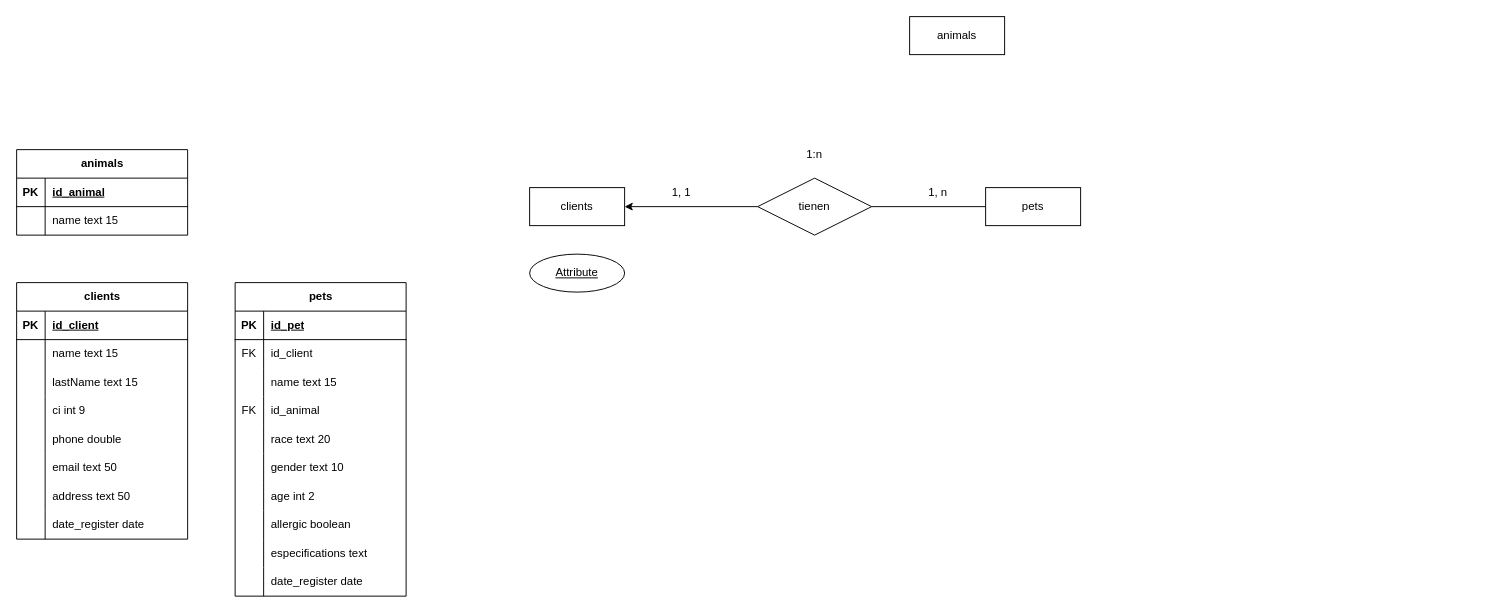
Before: veterinaryClinic.drawio in AlbanyNVRodriguez/draw---diagrams, a draw.io diagram. Source tidied: cells renumbered, new cells numbered last; positions are measured from the earlier drawing's top-left corner, leaving out a move shared by most shapes. Both pictures are drawn from the tidied source at 95%, with x=0, y=0 at pixel (16, 16).
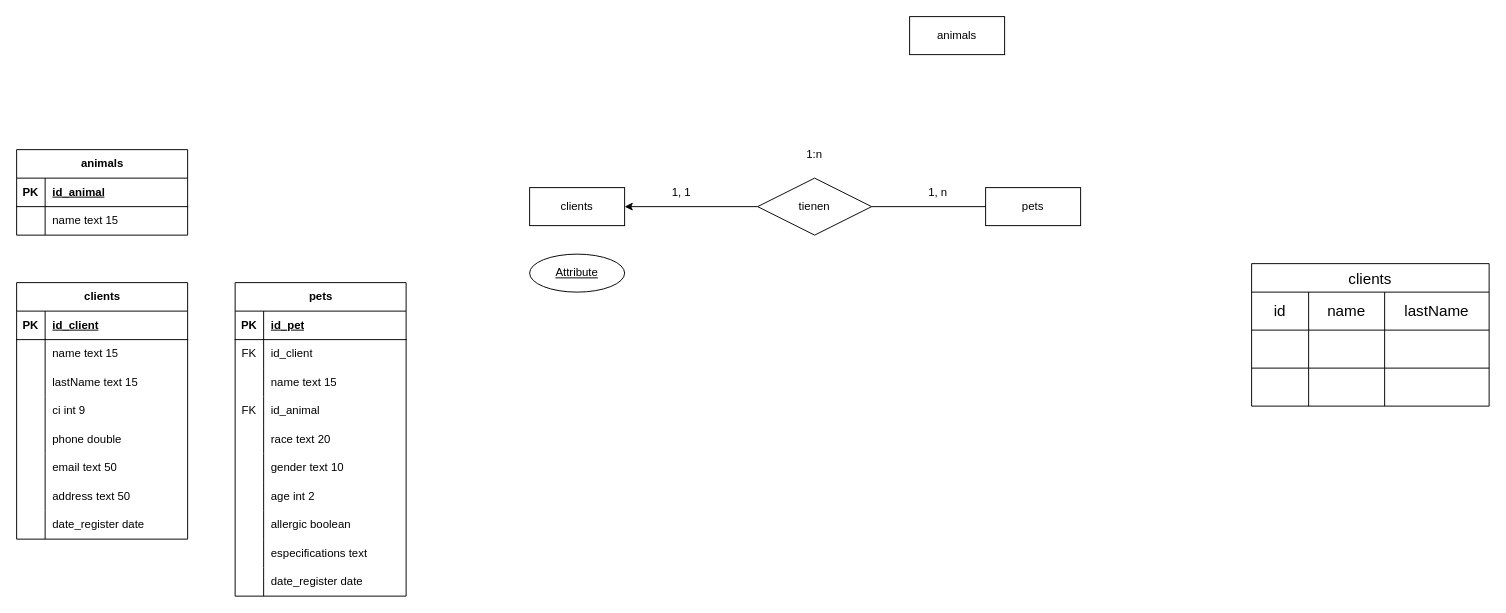
The same page after the edit.

What changed in the source:
```diff
@@
+    <mxCell id="75" value="clients" style="shape=table;startSize=30;childLayout=tableLayout;strokeColor=default;fontSize=16;" parent="1" vertex="1">
+      <mxGeometry x="1300" y="260" width="250" height="150" as="geometry" />
+    </mxCell>
+    <mxCell id="76" style="shape=tableRow;horizontal=0;startSize=0;swimlaneHead=0;swimlaneBody=0;strokeColor=inherit;top=0;left=0;bottom=0;right=0;fillColor=none;fontSize=16;" parent="75" vertex="1">
+      <mxGeometry y="30" width="250" height="40" as="geometry" />
+    </mxCell>
+    <mxCell id="77" value="id" style="shape=partialRectangle;html=1;whiteSpace=wrap;strokeColor=inherit;overflow=hidden;fillColor=none;top=0;left=0;bottom=0;right=0;fontSize=16;" parent="76" vertex="1">
+      <mxGeometry width="60" height="40" as="geometry" />
+    </mxCell>
+    <mxCell id="78" value="name" style="shape=partialRectangle;html=1;whiteSpace=wrap;strokeColor=inherit;overflow=hidden;fillColor=none;top=0;left=0;bottom=0;right=0;fontSize=16;" parent="76" vertex="1">
+      <mxGeometry x="60" width="80" height="40" as="geometry" />
+    </mxCell>
+    <mxCell id="79" value="lastName" style="shape=partialRectangle;html=1;whiteSpace=wrap;strokeColor=inherit;overflow=hidden;fillColor=none;top=0;left=0;bottom=0;right=0;fontSize=16;" parent="76" vertex="1">
+      <mxGeometry x="140" width="110" height="40" as="geometry" />
+    </mxCell>
+    <mxCell id="80" style="shape=tableRow;horizontal=0;startSize=0;swimlaneHead=0;swimlaneBody=0;strokeColor=inherit;top=0;left=0;bottom=0;right=0;fillColor=none;fontSize=16;" parent="75" vertex="1">
+      <mxGeometry y="70" width="250" height="40" as="geometry" />
+    </mxCell>
+    <mxCell id="81" style="shape=partialRectangle;html=1;whiteSpace=wrap;strokeColor=inherit;overflow=hidden;fillColor=none;top=0;left=0;bottom=0;right=0;fontSize=16;" parent="80" vertex="1">
+      <mxGeometry width="60" height="40" as="geometry" />
+    </mxCell>
+    <mxCell id="82" style="shape=partialRectangle;html=1;whiteSpace=wrap;strokeColor=inherit;overflow=hidden;fillColor=none;top=0;left=0;bottom=0;right=0;fontSize=16;" parent="80" vertex="1">
+      <mxGeometry x="60" width="80" height="40" as="geometry" />
+    </mxCell>
+    <mxCell id="83" style="shape=partialRectangle;html=1;whiteSpace=wrap;strokeColor=inherit;overflow=hidden;fillColor=none;top=0;left=0;bottom=0;right=0;fontSize=16;" parent="80" vertex="1">
+      <mxGeometry x="140" width="110" height="40" as="geometry" />
+    </mxCell>
+    <mxCell id="84" style="shape=tableRow;horizontal=0;startSize=0;swimlaneHead=0;swimlaneBody=0;strokeColor=inherit;top=0;left=0;bottom=0;right=0;fillColor=none;fontSize=16;" parent="75" vertex="1">
+      <mxGeometry y="110" width="250" height="40" as="geometry" />
+    </mxCell>
+    <mxCell id="85" style="shape=partialRectangle;html=1;whiteSpace=wrap;strokeColor=inherit;overflow=hidden;fillColor=none;top=0;left=0;bottom=0;right=0;fontSize=16;" parent="84" vertex="1">
+      <mxGeometry width="60" height="40" as="geometry" />
+    </mxCell>
+    <mxCell id="86" style="shape=partialRectangle;html=1;whiteSpace=wrap;strokeColor=inherit;overflow=hidden;fillColor=none;top=0;left=0;bottom=0;right=0;fontSize=16;" parent="84" vertex="1">
+      <mxGeometry x="60" width="80" height="40" as="geometry" />
+    </mxCell>
+    <mxCell id="87" style="shape=partialRectangle;html=1;whiteSpace=wrap;strokeColor=inherit;overflow=hidden;fillColor=none;top=0;left=0;bottom=0;right=0;fontSize=16;" parent="84" vertex="1">
+      <mxGeometry x="140" width="110" height="40" as="geometry" />
+    </mxCell>
```
